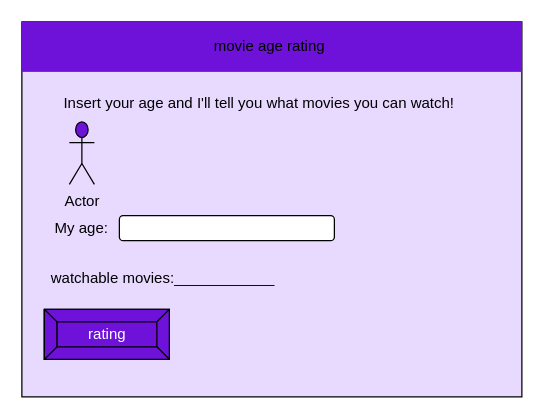
Above: design/story-board.drawio in Liya-Getachew/ICS2O-Unit5-03-JS (draw.io), before the change. Source tidied: cells renumbered, new cells numbered last; positions are measured from the earlier drawing's top-left corner, leaving out a move shared by most shapes. Both pictures are drawn from the tidied source at 125%, with x=0, y=0 at pixel (21, 21).
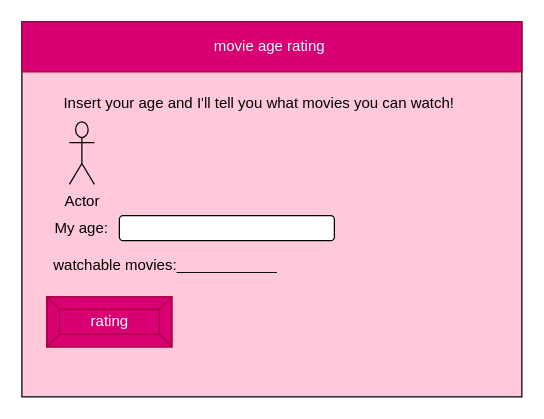
The same page after the edit.

Commit message (it also covers changes not shown here):
chart and board edit

Diff of the diagram source:
```diff
@@
 <mxGraphModel>
   <root>
     <mxCell id="0" />
     <mxCell id="1" parent="0" />
-    <mxCell id="2" style="rounded=0;whiteSpace=wrap;html=1;fillColor=#E8D9FF;" parent="1" vertex="1">
+    <mxCell id="2" style="rounded=0;whiteSpace=wrap;html=1;fillColor=#FFC9DA;" parent="1" vertex="1">
       <mxGeometry width="400" height="300" as="geometry" />
     </mxCell>
-    <mxCell id="3" value="movie age rating&amp;nbsp;" style="rounded=0;whiteSpace=wrap;html=1;fillColor=#6E11D9;strokeColor=none;" parent="1" vertex="1">
+    <mxCell id="3" value="movie age rating&amp;nbsp;" style="rounded=0;whiteSpace=wrap;html=1;fillColor=#d80073;strokeColor=#A50040;fontColor=#ffffff;" parent="1" vertex="1">
       <mxGeometry width="400" height="40" as="geometry" />
     </mxCell>
-    <mxCell id="4" value="rating" style="labelPosition=center;verticalLabelPosition=middle;align=center;html=1;shape=mxgraph.basic.button;dx=10;fillColor=#6E11D9;fontColor=#ffffff;strokeColor=#000000;" parent="1" vertex="1">
-      <mxGeometry x="18" y="230" width="100" height="40" as="geometry" />
+    <mxCell id="4" value="rating" style="labelPosition=center;verticalLabelPosition=middle;align=center;html=1;shape=mxgraph.basic.button;dx=10;fillColor=#d80073;fontColor=#ffffff;strokeColor=#A50040;" parent="1" vertex="1">
+      <mxGeometry x="20" y="220" width="100" height="40" as="geometry" />
     </mxCell>
     <mxCell id="5" value="&lt;font color=&quot;#000000&quot;&gt;Insert your age and I'll tell you what movies you can watch!&lt;/font&gt;" style="text;html=1;strokeColor=none;fillColor=none;align=center;verticalAlign=middle;whiteSpace=wrap;rounded=0;" parent="1" vertex="1">
       <mxGeometry x="20" y="50" width="340" height="30" as="geometry" />
     </mxCell>
     <mxCell id="6" value="My age:" style="text;html=1;strokeColor=none;fillColor=none;align=center;verticalAlign=middle;whiteSpace=wrap;rounded=0;fontColor=#000000;" parent="1" vertex="1">
       <mxGeometry x="18" y="150" width="60" height="30" as="geometry" />
     </mxCell>
     <mxCell id="7" style="rounded=1;whiteSpace=wrap;html=1;fontColor=#000000;fillColor=#FFFFFF;strokeColor=#000000;" parent="1" vertex="1">
       <mxGeometry x="78" y="155" width="172" height="20" as="geometry" />
     </mxCell>
     <mxCell id="8" value="watchable movies:____________" style="text;html=1;strokeColor=none;fillColor=none;align=center;verticalAlign=middle;whiteSpace=wrap;rounded=0;fontColor=#000000;" parent="1" vertex="1">
-      <mxGeometry x="18" y="190" width="190" height="30" as="geometry" />
+      <mxGeometry x="20" y="180" width="190" height="30" as="geometry" />
     </mxCell>
-    <mxCell id="9" value="Actor" style="shape=umlActor;verticalLabelPosition=bottom;verticalAlign=top;html=1;fontColor=#000000;strokeColor=#000000;fillColor=#6E11D9;" parent="1" vertex="1">
+    <mxCell id="9" value="Actor" style="shape=umlActor;verticalLabelPosition=bottom;verticalAlign=top;html=1;fontColor=#000000;strokeColor=#000000;fillColor=none;" parent="1" vertex="1">
       <mxGeometry x="38" y="80" width="20" height="50" as="geometry" />
     </mxCell>
   </root>
 </mxGraphModel>
```
